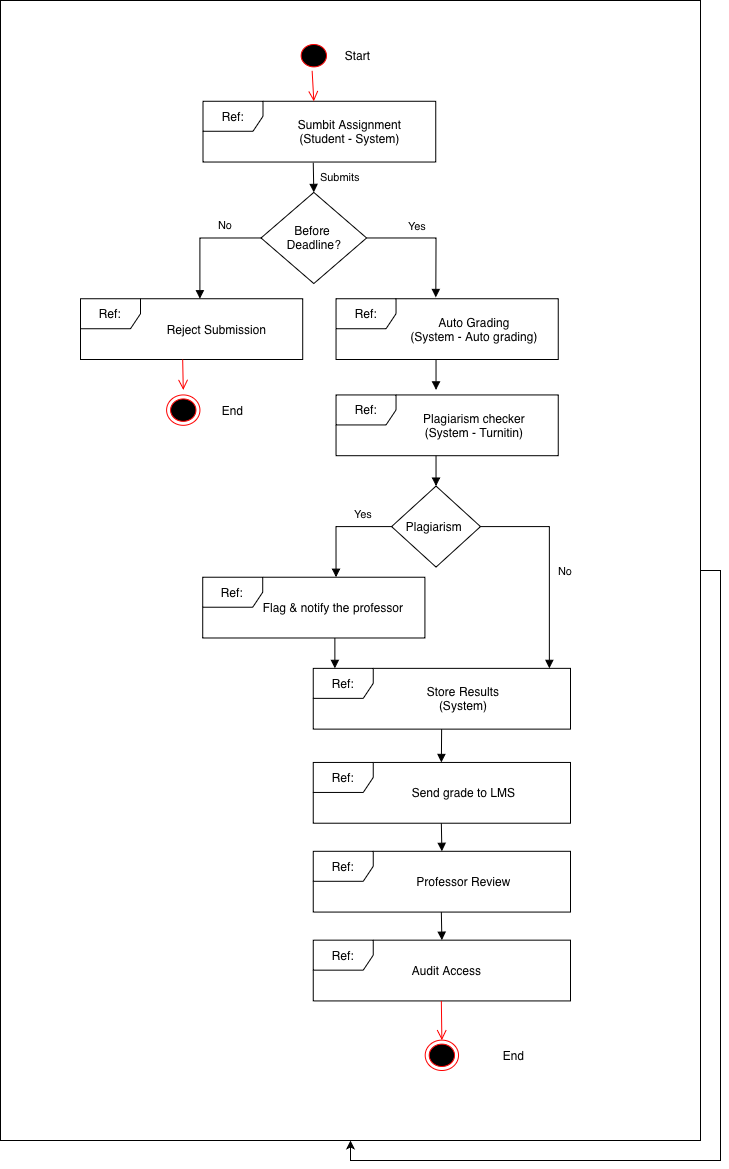
The draw.io diagram Practicals/Diagram/IoD.png in Yesheylhaden/SS2026_SDA202_02240371, before a commit. Source tidied: cells renumbered, new cells last; positions are measured from the earlier drawing's top-left corner, leaving out a move shared by most shapes. Its diagram source:
```xml
<mxGraphModel>
  <root>
    <mxCell id="0" />
    <mxCell id="1" parent="0" />
    <mxCell id="2" style="rounded=0;whiteSpace=wrap;html=1;" parent="1" vertex="1">
      <mxGeometry width="700" height="1140" as="geometry" />
    </mxCell>
    <mxCell id="3" style="group;" parent="1" vertex="1">
      <mxGeometry x="80" y="40" width="490" height="1030" as="geometry" />
    </mxCell>
    <mxCell id="4" value="Ref:" style="shape=umlFrame;whiteSpace=wrap;html=1;" parent="3" vertex="1">
      <mxGeometry x="122.5" y="60.8" width="232.8" height="60.8" as="geometry" />
    </mxCell>
    <mxCell id="5" style="ellipse;html=1;shape=startState;fillColor=#000000;strokeColor=#ff0000;" parent="3" vertex="1">
      <mxGeometry x="216.7" width="33.3" height="30.4" as="geometry" />
    </mxCell>
    <mxCell id="6" style="html=1;verticalAlign=bottom;endArrow=open;endSize=8;strokeColor=#ff0000;rounded=0;" parent="3" edge="1" source="5">
      <mxGeometry relative="1" as="geometry">
        <mxPoint x="233.3" y="60.8" as="targetPoint" />
      </mxGeometry>
    </mxCell>
    <mxCell id="7" value="&lt;font&gt;Sumbit Assignment&lt;/font&gt;&lt;div&gt;&lt;font&gt;(Student - System)&lt;/font&gt;&lt;/div&gt;" style="text;html=1;whiteSpace=wrap;strokeColor=none;fillColor=none;align=center;verticalAlign=middle;rounded=0;" parent="3" vertex="1">
      <mxGeometry x="186.1" y="76" width="166.7" height="30.4" as="geometry" />
    </mxCell>
    <mxCell id="8" value="Before&amp;nbsp;&lt;div&gt;Deadline?&lt;/div&gt;" style="rhombus;whiteSpace=wrap;html=1;" parent="3" vertex="1">
      <mxGeometry x="180.5" y="151.9" width="105.5" height="91.1" as="geometry" />
    </mxCell>
    <mxCell id="9" value="Ref:" style="shape=umlFrame;whiteSpace=wrap;html=1;" parent="3" vertex="1">
      <mxGeometry y="258.2" width="222.2" height="60.8" as="geometry" />
    </mxCell>
    <mxCell id="10" value="Ref:" style="shape=umlFrame;whiteSpace=wrap;html=1;" parent="3" vertex="1">
      <mxGeometry x="255.5" y="258.2" width="222.2" height="60.8" as="geometry" />
    </mxCell>
    <mxCell id="11" value="Reject Submission" style="text;html=1;whiteSpace=wrap;strokeColor=none;fillColor=none;align=center;verticalAlign=middle;rounded=0;" parent="3" vertex="1">
      <mxGeometry x="66.7" y="273.4" width="138.9" height="30.4" as="geometry" />
    </mxCell>
    <mxCell id="12" value="Auto Grading&lt;div&gt;(System - Auto grading)&lt;/div&gt;" style="text;html=1;whiteSpace=wrap;strokeColor=none;fillColor=none;align=center;verticalAlign=middle;rounded=0;" parent="3" vertex="1">
      <mxGeometry x="322.2" y="273.4" width="144.4" height="30.4" as="geometry" />
    </mxCell>
    <mxCell id="13" style="html=1;verticalAlign=bottom;endArrow=open;endSize=8;strokeColor=#ff0000;rounded=0;" parent="3" edge="1">
      <mxGeometry relative="1" as="geometry">
        <mxPoint x="102.2" y="319" as="sourcePoint" />
        <mxPoint x="102.8" y="349.4" as="targetPoint" />
      </mxGeometry>
    </mxCell>
    <mxCell id="14" style="ellipse;html=1;shape=endState;fillColor=#000000;strokeColor=#ff0000;" parent="3" vertex="1">
      <mxGeometry x="86.1" y="354.4" width="33.3" height="30.4" as="geometry" />
    </mxCell>
    <mxCell id="15" value="Start" style="text;html=1;whiteSpace=wrap;strokeColor=none;fillColor=none;align=center;verticalAlign=middle;rounded=0;" parent="3" vertex="1">
      <mxGeometry x="244.4" width="66.7" height="30.4" as="geometry" />
    </mxCell>
    <mxCell id="16" value="End" style="text;html=1;whiteSpace=wrap;strokeColor=none;fillColor=none;align=center;verticalAlign=middle;rounded=0;" parent="3" vertex="1">
      <mxGeometry x="119.4" y="354.4" width="66.7" height="30.4" as="geometry" />
    </mxCell>
    <mxCell id="17" value="Yes" style="endArrow=block;endFill=1;html=1;align=left;verticalAlign=top;rounded=0;exitX=1;exitY=0.5;exitDx=0;exitDy=0;entryX=0.449;entryY=-0.021;entryDx=0;entryDy=0;entryPerimeter=0;" parent="3" edge="1" source="8" target="10">
      <mxGeometry x="-0.38" y="24" relative="1" as="geometry">
        <Array as="points">
          <mxPoint x="355.5" y="197.5" />
        </Array>
      </mxGeometry>
    </mxCell>
    <mxCell id="18" value="No" style="endArrow=block;endFill=1;html=1;edgeStyle=orthogonalEdgeStyle;align=left;verticalAlign=top;rounded=0;entryX=0.507;entryY=0.032;entryDx=0;entryDy=0;entryPerimeter=0;exitX=0;exitY=0.5;exitDx=0;exitDy=0;" parent="3" edge="1" source="8">
      <mxGeometry x="-0.27" y="-25" relative="1" as="geometry">
        <mxPoint x="119.4" y="258.2" as="targetPoint" />
        <Array as="points">
          <mxPoint x="120" y="197.5" />
        </Array>
      </mxGeometry>
    </mxCell>
    <mxCell id="19" value="Submits" style="endArrow=block;endFill=1;html=1;align=left;verticalAlign=top;rounded=0;entryX=0.5;entryY=0;entryDx=0;entryDy=0;" parent="3" edge="1" target="8">
      <mxGeometry x="-0.9" y="5" relative="1" as="geometry">
        <mxPoint x="232.8" y="122.2" as="sourcePoint" />
      </mxGeometry>
    </mxCell>
    <mxCell id="20" style="endArrow=block;endFill=1;html=1;align=left;verticalAlign=top;rounded=0;exitX=0.5;exitY=1;exitDx=0;exitDy=0;exitPerimeter=0;entryX=0.5;entryY=0;entryDx=0;entryDy=0;" parent="3" edge="1">
      <mxGeometry x="-1" relative="1" as="geometry">
        <mxPoint x="355.5" y="319" as="sourcePoint" />
        <mxPoint x="355.5" y="349.4" as="targetPoint" />
      </mxGeometry>
    </mxCell>
    <mxCell id="21" value="Ref:" style="shape=umlFrame;whiteSpace=wrap;html=1;" parent="3" vertex="1">
      <mxGeometry x="255.5" y="354.4" width="222.2" height="60.8" as="geometry" />
    </mxCell>
    <mxCell id="22" value="Plagiarism checker&lt;div&gt;(System - Turnitin)&lt;/div&gt;" style="text;html=1;whiteSpace=wrap;strokeColor=none;fillColor=none;align=center;verticalAlign=middle;rounded=0;" parent="3" vertex="1">
      <mxGeometry x="322.2" y="369.6" width="144.4" height="30.4" as="geometry" />
    </mxCell>
    <mxCell id="23" style="endArrow=block;endFill=1;html=1;align=left;verticalAlign=top;rounded=0;entryX=0.5;entryY=0;entryDx=0;entryDy=0;" parent="3" edge="1" target="24">
      <mxGeometry x="-1" relative="1" as="geometry">
        <mxPoint x="355.5" y="415.2" as="sourcePoint" />
      </mxGeometry>
    </mxCell>
    <mxCell id="24" value="Plagiarism&amp;nbsp;" style="rhombus;whiteSpace=wrap;html=1;" parent="3" vertex="1">
      <mxGeometry x="311.1" y="445.6" width="88.9" height="81" as="geometry" />
    </mxCell>
    <mxCell id="25" value="No" style="endArrow=block;endFill=1;html=1;align=left;verticalAlign=top;rounded=0;exitX=1;exitY=0.5;exitDx=0;exitDy=0;" parent="3" edge="1">
      <mxGeometry x="-0.04" y="7" relative="1" as="geometry">
        <mxPoint x="400" y="486.1" as="sourcePoint" />
        <mxPoint x="468.9" y="627.9" as="targetPoint" />
        <Array as="points">
          <mxPoint x="468.9" y="486.1" />
        </Array>
      </mxGeometry>
    </mxCell>
    <mxCell id="26" value="Yes" style="endArrow=block;endFill=1;html=1;edgeStyle=orthogonalEdgeStyle;align=left;verticalAlign=top;rounded=0;exitX=0;exitY=0.5;exitDx=0;exitDy=0;" parent="3" edge="1">
      <mxGeometry x="-0.27" y="-25" relative="1" as="geometry">
        <mxPoint x="311.1" y="486.1" as="sourcePoint" />
        <mxPoint x="255.5" y="536.7" as="targetPoint" />
        <Array as="points">
          <mxPoint x="255.5" y="486.1" />
        </Array>
      </mxGeometry>
    </mxCell>
    <mxCell id="27" value="Ref:" style="shape=umlFrame;whiteSpace=wrap;html=1;" parent="3" vertex="1">
      <mxGeometry x="122.2" y="536.7" width="222.2" height="60.8" as="geometry" />
    </mxCell>
    <mxCell id="28" value="Flag &amp;amp; notify the professor" style="text;html=1;whiteSpace=wrap;strokeColor=none;fillColor=none;align=center;verticalAlign=middle;rounded=0;" parent="3" vertex="1">
      <mxGeometry x="180.5" y="551.9" width="144.4" height="30.4" as="geometry" />
    </mxCell>
    <mxCell id="29" style="endArrow=block;endFill=1;html=1;align=left;verticalAlign=top;rounded=0;entryX=0.5;entryY=0;entryDx=0;entryDy=0;" parent="3" edge="1">
      <mxGeometry x="-1" relative="1" as="geometry">
        <mxPoint x="254.4" y="597.5" as="sourcePoint" />
        <mxPoint x="254.4" y="627.9" as="targetPoint" />
      </mxGeometry>
    </mxCell>
    <mxCell id="30" value="Ref:" style="shape=umlFrame;whiteSpace=wrap;html=1;" parent="3" vertex="1">
      <mxGeometry x="232.8" y="627.9" width="257.2" height="60.8" as="geometry" />
    </mxCell>
    <mxCell id="31" value="Store Results&lt;div&gt;(System)&lt;/div&gt;" style="text;html=1;whiteSpace=wrap;strokeColor=none;fillColor=none;align=center;verticalAlign=middle;rounded=0;" parent="3" vertex="1">
      <mxGeometry x="311.1" y="643.1" width="144.4" height="30.4" as="geometry" />
    </mxCell>
    <mxCell id="32" style="endArrow=block;endFill=1;html=1;align=left;verticalAlign=top;rounded=0;entryX=0.498;entryY=0;entryDx=0;entryDy=0;entryPerimeter=0;" parent="3" edge="1" target="33">
      <mxGeometry x="-1" relative="1" as="geometry">
        <mxPoint x="361.1" y="688.6" as="sourcePoint" />
      </mxGeometry>
    </mxCell>
    <mxCell id="33" value="Ref:" style="shape=umlFrame;whiteSpace=wrap;html=1;" parent="3" vertex="1">
      <mxGeometry x="232.8" y="721.9" width="257.2" height="60.8" as="geometry" />
    </mxCell>
    <mxCell id="34" style="endArrow=block;endFill=1;html=1;align=left;verticalAlign=top;rounded=0;" parent="3" edge="1">
      <mxGeometry x="-1" relative="1" as="geometry">
        <mxPoint x="360.8" y="782.7" as="sourcePoint" />
        <mxPoint x="361.4" y="810.8" as="targetPoint" />
      </mxGeometry>
    </mxCell>
    <mxCell id="35" value="Ref:" style="shape=umlFrame;whiteSpace=wrap;html=1;" parent="3" vertex="1">
      <mxGeometry x="232.8" y="810.8" width="257.2" height="60.8" as="geometry" />
    </mxCell>
    <mxCell id="36" style="endArrow=block;endFill=1;html=1;align=left;verticalAlign=top;rounded=0;" parent="3" edge="1">
      <mxGeometry x="-1" relative="1" as="geometry">
        <mxPoint x="360.8" y="871.6" as="sourcePoint" />
        <mxPoint x="361.4" y="899.7" as="targetPoint" />
      </mxGeometry>
    </mxCell>
    <mxCell id="37" value="Ref:" style="shape=umlFrame;whiteSpace=wrap;html=1;" parent="3" vertex="1">
      <mxGeometry x="232.8" y="899.7" width="257.2" height="60.8" as="geometry" />
    </mxCell>
    <mxCell id="38" value="Send grade to LMS" style="text;html=1;whiteSpace=wrap;strokeColor=none;fillColor=none;align=center;verticalAlign=middle;rounded=0;" parent="3" vertex="1">
      <mxGeometry x="315.9" y="735.7" width="134.8" height="33.3" as="geometry" />
    </mxCell>
    <mxCell id="39" value="Professor Review" style="text;html=1;whiteSpace=wrap;strokeColor=none;fillColor=none;align=center;verticalAlign=middle;rounded=0;" parent="3" vertex="1">
      <mxGeometry x="309.8" y="824.5" width="147" height="33.3" as="geometry" />
    </mxCell>
    <mxCell id="40" value="Audit Access" style="text;html=1;whiteSpace=wrap;strokeColor=none;fillColor=none;align=center;verticalAlign=middle;rounded=0;" parent="3" vertex="1">
      <mxGeometry x="299.3" y="913.4" width="134.8" height="33.3" as="geometry" />
    </mxCell>
    <mxCell id="41" style="html=1;verticalAlign=bottom;endArrow=open;endSize=8;strokeColor=#ff0000;rounded=0;entryX=0.5;entryY=0;entryDx=0;entryDy=0;" parent="3" edge="1" target="42">
      <mxGeometry relative="1" as="geometry">
        <mxPoint x="360.8" y="960.4" as="sourcePoint" />
      </mxGeometry>
    </mxCell>
    <mxCell id="42" style="ellipse;html=1;shape=endState;fillColor=#000000;strokeColor=#ff0000;" parent="3" vertex="1">
      <mxGeometry x="344.7" y="999.6" width="33.3" height="30.4" as="geometry" />
    </mxCell>
    <mxCell id="43" value="End" style="text;html=1;whiteSpace=wrap;strokeColor=none;fillColor=none;align=center;verticalAlign=middle;rounded=0;" parent="3" vertex="1">
      <mxGeometry x="400" y="999.6" width="66.7" height="30.4" as="geometry" />
    </mxCell>
    <mxCell id="44" style="edgeStyle=orthogonalEdgeStyle;rounded=0;orthogonalLoop=1;jettySize=auto;html=1;exitX=1;exitY=0.5;exitDx=0;exitDy=0;" parent="1" edge="1" source="2" target="2">
      <mxGeometry relative="1" as="geometry" />
    </mxCell>
    <mxCell id="45" style="edgeStyle=orthogonalEdgeStyle;rounded=0;orthogonalLoop=1;jettySize=auto;html=1;exitX=0.5;exitY=1;exitDx=0;exitDy=0;" parent="1" edge="1" source="2" target="2">
      <mxGeometry relative="1" as="geometry" />
    </mxCell>
  </root>
</mxGraphModel>
```
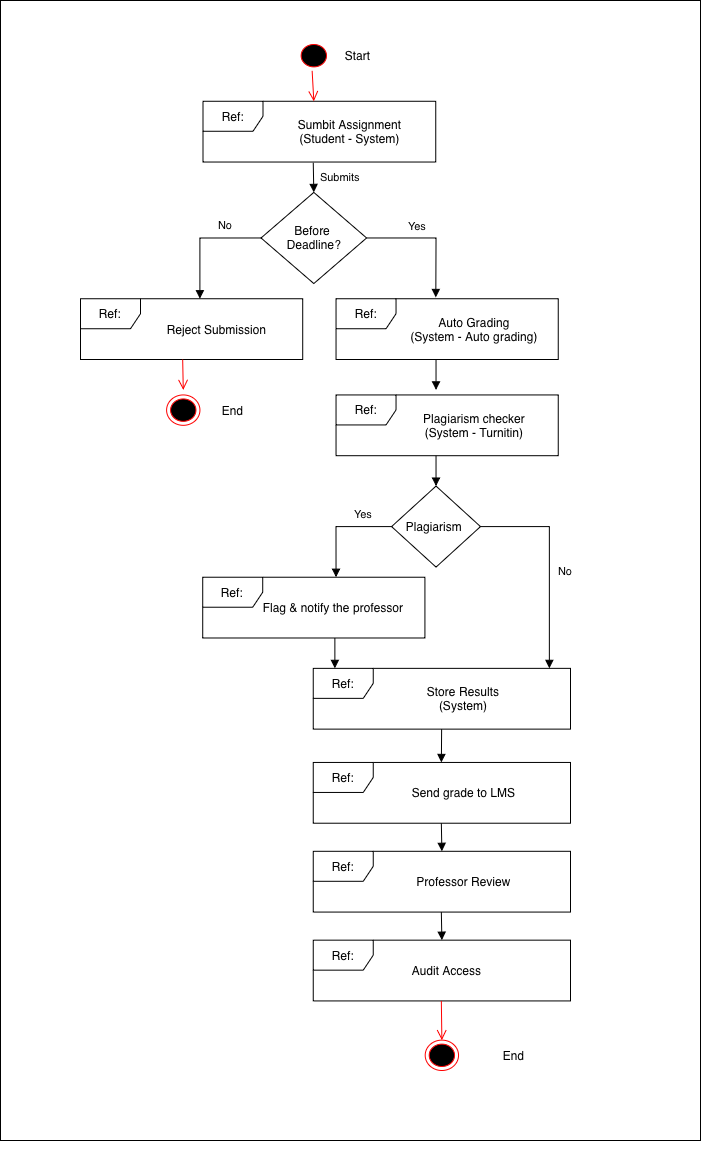
After the change.

The edit, as a diff of the source:
```diff
@@ -174,9 +174,6 @@
     <mxCell id="43" value="End" style="text;html=1;whiteSpace=wrap;strokeColor=none;fillColor=none;align=center;verticalAlign=middle;rounded=0;" parent="3" vertex="1">
       <mxGeometry x="400" y="999.6" width="66.7" height="30.4" as="geometry" />
     </mxCell>
-    <mxCell id="44" style="edgeStyle=orthogonalEdgeStyle;rounded=0;orthogonalLoop=1;jettySize=auto;html=1;exitX=1;exitY=0.5;exitDx=0;exitDy=0;" parent="1" edge="1" source="2" target="2">
-      <mxGeometry relative="1" as="geometry" />
-    </mxCell>
     <mxCell id="45" style="edgeStyle=orthogonalEdgeStyle;rounded=0;orthogonalLoop=1;jettySize=auto;html=1;exitX=0.5;exitY=1;exitDx=0;exitDy=0;" parent="1" edge="1" source="2" target="2">
       <mxGeometry relative="1" as="geometry" />
     </mxCell>
```
